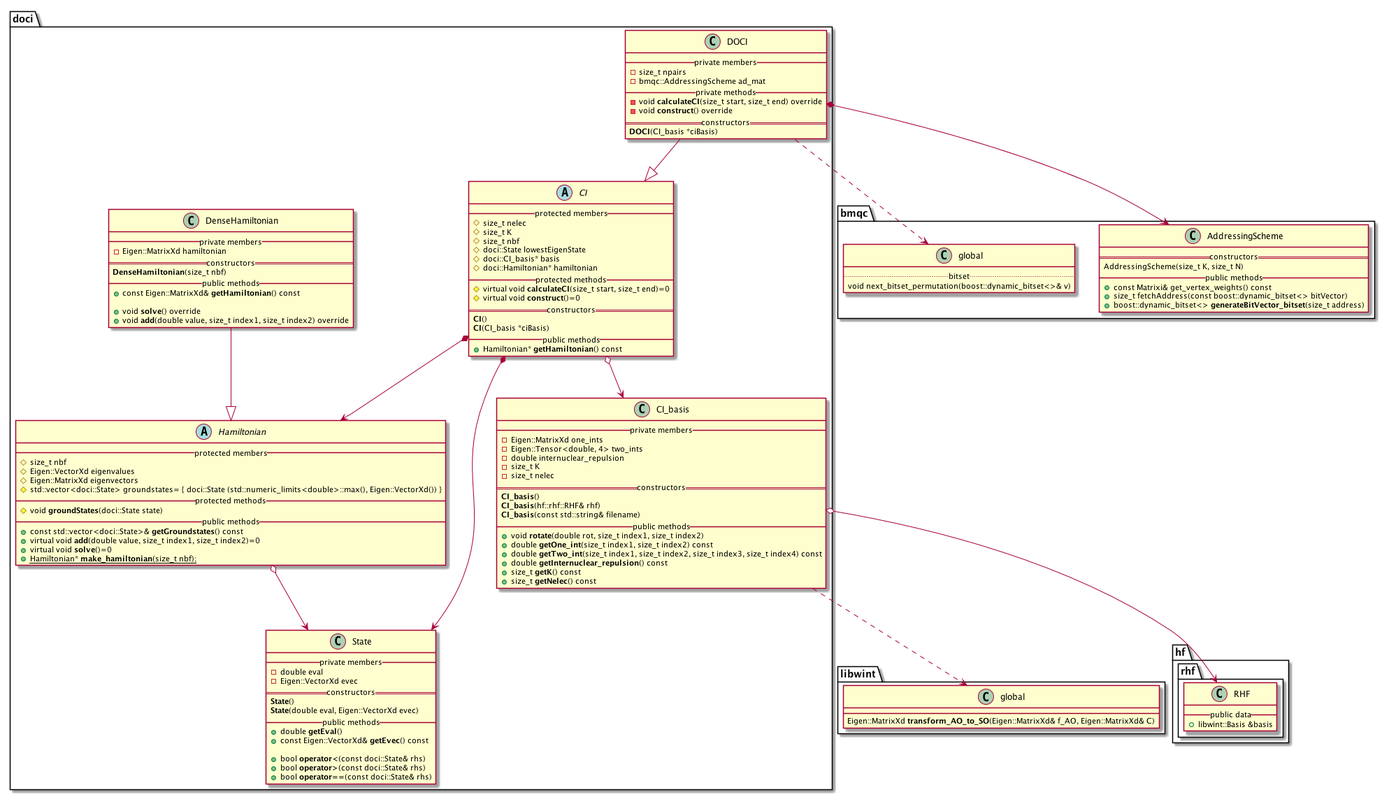
Above: docs/ci_UML_diagram.png in tmhuysen/ci (PlantUML), before the change.
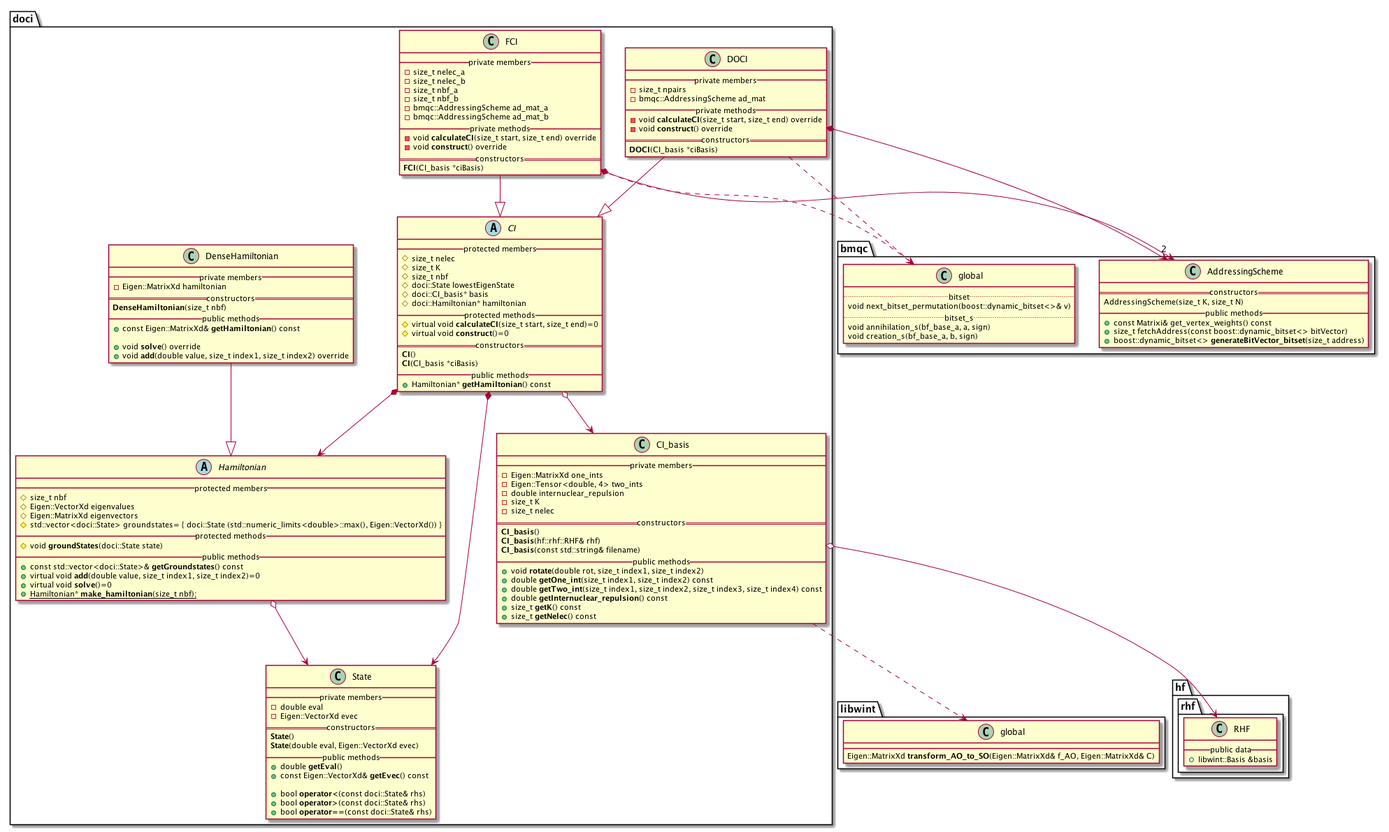
Above is the later version.

Commit message:
Add updated UML-diagram.

Change to the diagram source:
```diff
@@ -29,6 +29,22 @@
             - void **construct**() override
         == constructors ==
             **DOCI**(CI_basis *ciBasis)
+    }
+
+
+    class FCI {
+        __ private members __
+            - size_t nelec_a
+            - size_t nelec_b
+            - size_t nbf_a
+            - size_t nbf_b
+            - bmqc::AddressingScheme ad_mat_a
+            - bmqc::AddressingScheme ad_mat_b
+        __ private methods __
+            - void **calculateCI**(size_t start, size_t end) override
+            - void **construct**() override
+        == constructors ==
+            **FCI**(CI_basis *ciBasis)
     }
 
 
@@ -113,6 +129,9 @@
     class global {
         .. bitset ..
             void next_bitset_permutation(boost::dynamic_bitset<>& v)
+        .. bitset_s ..
+            void annihilation_s(bf_base_a, a, sign)
+            void creation_s(bf_base_a, b, sign)
     }
 
 
@@ -149,5 +168,8 @@
 doci.DOCI *--> bmqc.AddressingScheme
 doci.DOCI ..> bmqc.global
 
+doci.FCI --|> doci.CI
+doci.FCI ..> bmqc.global
+doci.FCI *--> "2" bmqc.AddressingScheme
 
 @enduml
```
